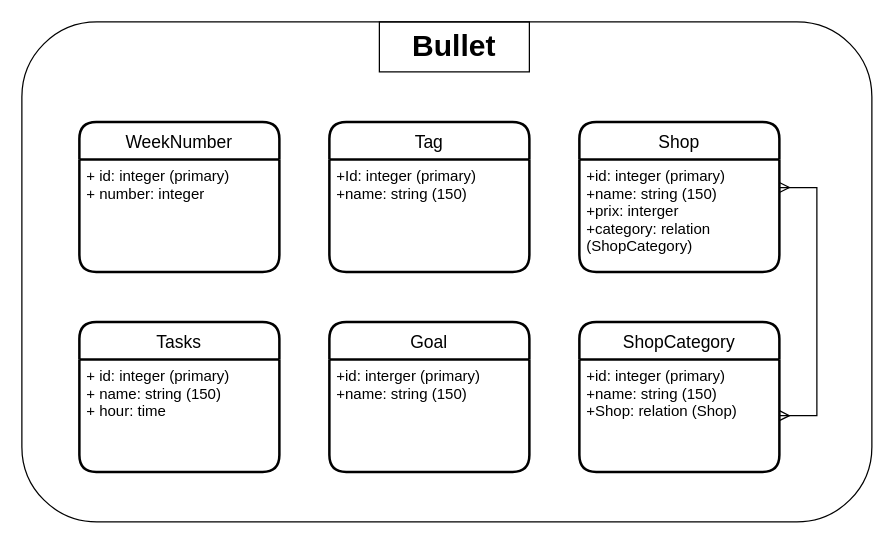
gwendvr/Portfolio-Gwen keeps this draw.io diagram as public/Bullet.drawio. Above is the earlier version. Source tidied: cells renumbered, new cells numbered last; positions are measured from the earlier drawing's top-left corner, leaving out a move shared by most shapes. Both pictures are drawn from the tidied source at 125%, with x=0, y=0 at pixel (21, 21).
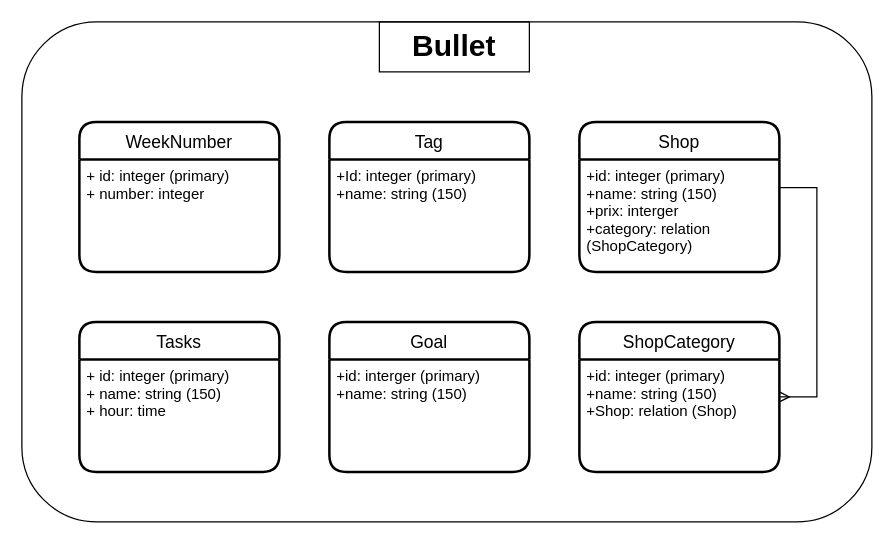
After the change.

Diff of the diagram source:
```diff
@@
 <mxGraphModel>
   <root>
     <mxCell id="0" />
     <mxCell id="1" parent="0" />
     <mxCell id="2" value="WeekNumber" style="swimlane;horizontal=1;startSize=30;rounded=1;fontSize=14;fontStyle=0;strokeWidth=2;shadow=0;dashed=0;align=center;" parent="1" vertex="1">
       <mxGeometry x="46" y="80" width="160" height="120" as="geometry" />
     </mxCell>
     <mxCell id="3" value="+ id: integer (primary)&#10;+ number: integer" style="align=left;strokeColor=none;fillColor=none;spacingLeft=4;fontSize=12;verticalAlign=top;" parent="2" vertex="1">
       <mxGeometry y="30" width="160" height="90" as="geometry" />
     </mxCell>
     <mxCell id="4" style="rounded=1;whiteSpace=wrap;html=1;fillColor=none;" parent="1" vertex="1">
       <mxGeometry width="680" height="400" as="geometry" />
     </mxCell>
     <mxCell id="5" value="Tasks" style="swimlane;horizontal=1;startSize=30;rounded=1;fontSize=14;fontStyle=0;strokeWidth=2;shadow=0;dashed=0;align=center;fillColor=none;" parent="1" vertex="1">
       <mxGeometry x="46" y="240" width="160" height="120" as="geometry" />
     </mxCell>
     <mxCell id="6" value="+ id: integer (primary)&#10;+ name: string (150)&#10;+ hour: time" style="align=left;strokeColor=none;fillColor=none;spacingLeft=4;fontSize=12;verticalAlign=top;" parent="5" vertex="1">
       <mxGeometry y="30" width="160" height="90" as="geometry" />
     </mxCell>
     <mxCell id="7" value="Tag" style="swimlane;horizontal=1;startSize=30;rounded=1;fontSize=14;fontStyle=0;strokeWidth=2;shadow=0;dashed=0;align=center;fillColor=none;" parent="1" vertex="1">
       <mxGeometry x="246" y="80" width="160" height="120" as="geometry" />
     </mxCell>
     <mxCell id="8" value="+Id: integer (primary)&#10;+name: string (150)" style="align=left;strokeColor=none;fillColor=none;spacingLeft=4;fontSize=12;verticalAlign=top;" parent="7" vertex="1">
       <mxGeometry y="30" width="160" height="90" as="geometry" />
     </mxCell>
     <mxCell id="9" value="Goal" style="swimlane;horizontal=1;startSize=30;rounded=1;fontSize=14;fontStyle=0;strokeWidth=2;shadow=0;dashed=0;align=center;fillColor=none;" parent="1" vertex="1">
       <mxGeometry x="246" y="240" width="160" height="120" as="geometry" />
     </mxCell>
     <mxCell id="10" value="+id: interger (primary)&#10;+name: string (150)" style="align=left;strokeColor=none;fillColor=none;spacingLeft=4;fontSize=12;verticalAlign=top;" parent="9" vertex="1">
       <mxGeometry y="30" width="160" height="90" as="geometry" />
     </mxCell>
     <mxCell id="11" value="Shop" style="swimlane;horizontal=1;startSize=30;rounded=1;fontSize=14;fontStyle=0;strokeWidth=2;shadow=0;dashed=0;align=center;fillColor=none;" parent="1" vertex="1">
       <mxGeometry x="446" y="80" width="160" height="120" as="geometry" />
     </mxCell>
     <mxCell id="12" value="+id: integer (primary)&#10;+name: string (150)&#10;+prix: interger&#10;+category: relation&#10;(ShopCategory)&#10;" style="align=left;strokeColor=none;fillColor=none;spacingLeft=4;fontSize=12;verticalAlign=top;" parent="11" vertex="1">
       <mxGeometry y="30" width="160" height="90" as="geometry" />
     </mxCell>
     <mxCell id="13" value="ShopCategory" style="swimlane;horizontal=1;startSize=30;rounded=1;fontSize=14;fontStyle=0;strokeWidth=2;shadow=0;dashed=0;align=center;fillColor=none;" parent="1" vertex="1">
       <mxGeometry x="446" y="240" width="160" height="120" as="geometry" />
     </mxCell>
     <mxCell id="14" value="+id: integer (primary)&#10;+name: string (150)&#10;+Shop: relation (Shop)" style="align=left;strokeColor=none;fillColor=none;spacingLeft=4;fontSize=12;verticalAlign=top;" parent="13" vertex="1">
       <mxGeometry y="30" width="160" height="90" as="geometry" />
     </mxCell>
     <mxCell id="15" value="&lt;font size=&quot;1&quot;&gt;&lt;b style=&quot;font-size: 24px&quot;&gt;Bullet&lt;/b&gt;&lt;/font&gt;" style="whiteSpace=wrap;html=1;align=center;fillColor=none;" parent="1" vertex="1">
       <mxGeometry x="286" width="120" height="40" as="geometry" />
     </mxCell>
-    <mxCell id="16" style="edgeStyle=entityRelationEdgeStyle;fontSize=12;html=1;endArrow=ERmany;startArrow=ERmany;rounded=0;entryX=1;entryY=0.25;entryDx=0;entryDy=0;" parent="1" edge="1" source="14" target="12">
-      <mxGeometry relative="1" as="geometry" />
-    </mxCell>
+    <mxCell id="17" style="edgeStyle=entityRelationEdgeStyle;fontSize=12;html=1;endArrow=ERmany;rounded=0;exitX=1;exitY=0.25;exitDx=0;exitDy=0;" parent="1" edge="1" source="12" target="13">
+      <mxGeometry relative="1" as="geometry" />
+    </mxCell>
   </root>
 </mxGraphModel>
```
